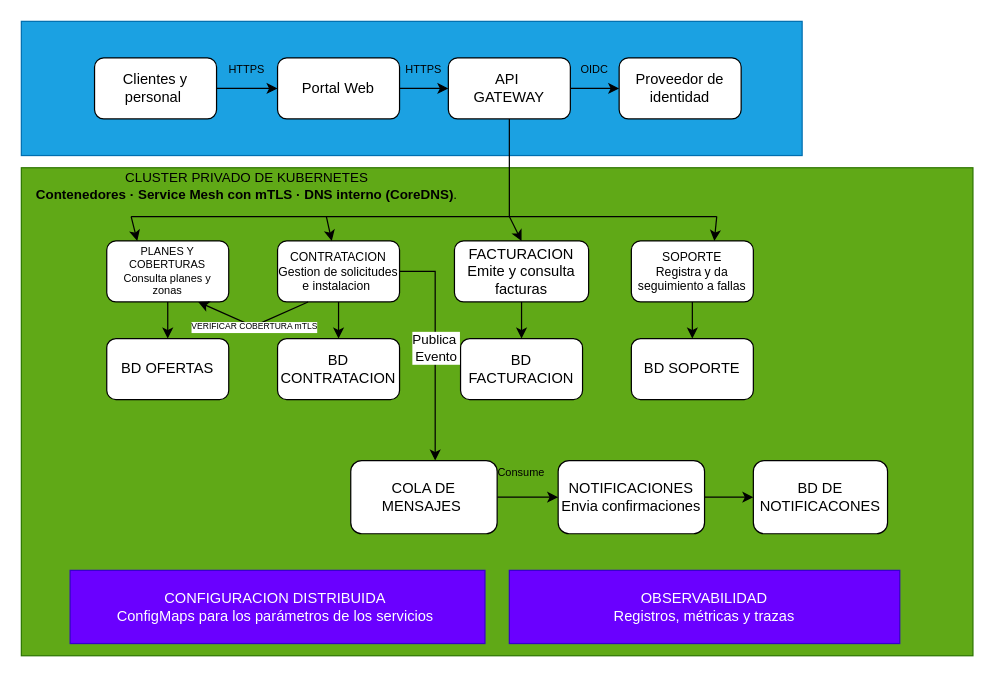
Nutellapc/drawio-2 keeps this draw.io diagram as DEBER1.drawio. Above is the earlier version. Source tidied: cells renumbered, new cells numbered last; positions are measured from the earlier drawing's top-left corner, leaving out a move shared by most shapes. Both pictures are drawn from the tidied source at 122%, with x=0, y=0 at pixel (21, 21).
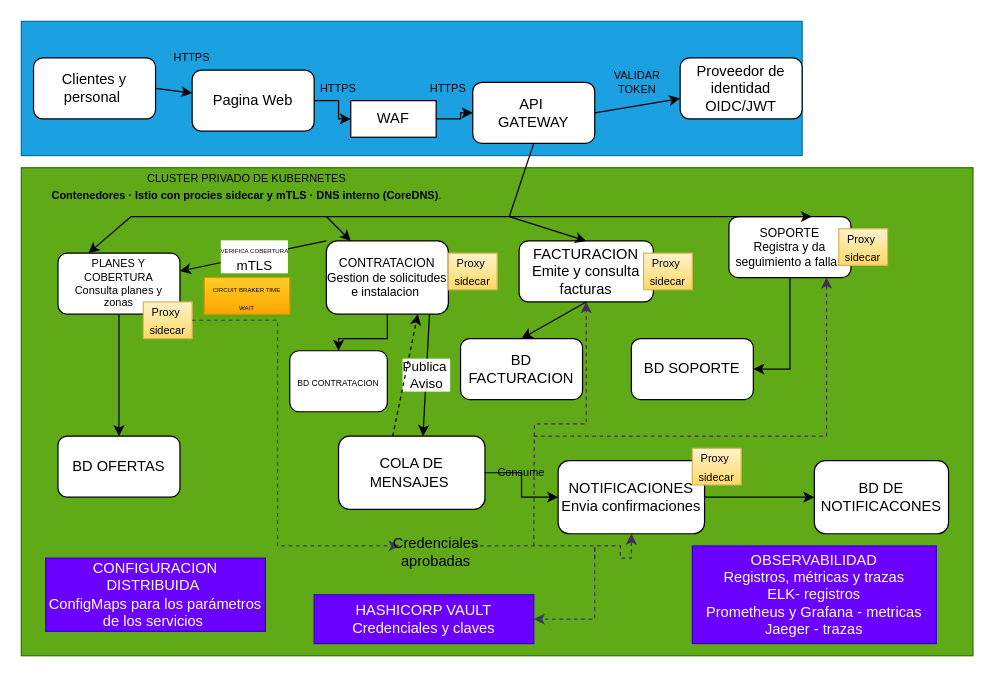
The same diagram, later.

Unchanged cells that the change refers to:
```xml
<mxCell id="30" value="BD SOPORTE" style="rounded=1;whiteSpace=wrap;html=1;roundedPerimeter=1;" parent="1" vertex="1">
  <mxGeometry x="500" y="260" width="100" height="50" as="geometry" />
</mxCell>
<mxCell id="35" value="NOTIFICACIONES&lt;div&gt;Envia confirmaciones&lt;/div&gt;" style="whiteSpace=wrap;html=1;rounded=1;roundedPerimeter=1;" parent="1" vertex="1">
  <mxGeometry x="440" y="360" width="120" height="60" as="geometry" />
</mxCell>
```

Diff of the diagram source:
```diff
@@
     <mxCell id="4" value="Clientes y personal&amp;nbsp;" style="rounded=1;whiteSpace=wrap;html=1;roundedPerimeter=1;" parent="1" vertex="1">
-      <mxGeometry x="60" y="30" width="100" height="50" as="geometry" />
+      <mxGeometry x="10" y="30" width="100" height="50" as="geometry" />
     </mxCell>
@@
+    <mxCell id="45" style="edgeStyle=orthogonalEdgeStyle;rounded=0;jettySize=auto;html=1;defaultLabelBackgroundColor=page;labelPadding=0 4;" parent="1" edge="1" source="6" target="59">
+      <mxGeometry relative="1" as="geometry" />
+    </mxCell>
-    <mxCell id="6" value="Portal Web" style="rounded=1;whiteSpace=wrap;html=1;roundedPerimeter=1;" parent="1" vertex="1">
-      <mxGeometry x="210" y="30" width="100" height="50" as="geometry" />
+    <mxCell id="6" value="Pagina Web" style="rounded=1;whiteSpace=wrap;html=1;roundedPerimeter=1;" parent="1" vertex="1">
+      <mxGeometry x="140" y="40" width="100" height="50" as="geometry" />
     </mxCell>
     <mxCell id="7" value="HTTPS" style="text;html=1;whiteSpace=wrap;strokeColor=none;fillColor=none;align=center;verticalAlign=middle;rounded=0;fontSize=9;" parent="1" vertex="1">
-      <mxGeometry x="165" y="30" width="40" height="20" as="geometry" />
+      <mxGeometry x="120" y="20" width="40" height="20" as="geometry" />
     </mxCell>
-    <mxCell id="8" style="endArrow=classic;html=1;rounded=0;defaultLabelBackgroundColor=page;labelPadding=0 4;exitX=1;exitY=0.5;exitDx=0;exitDy=0;" parent="1" edge="1" source="6" target="9">
-      <mxGeometry relative="1" as="geometry" />
-    </mxCell>
     <mxCell id="9" value="API&amp;nbsp;&lt;div&gt;GATEWAY&lt;/div&gt;" style="rounded=1;whiteSpace=wrap;html=1;roundedPerimeter=1;" parent="1" vertex="1">
-      <mxGeometry x="350" y="30" width="100" height="50" as="geometry" />
+      <mxGeometry x="370" y="50" width="100" height="50" as="geometry" />
     </mxCell>
     <mxCell id="10" value="HTTPS" style="text;html=1;whiteSpace=wrap;strokeColor=none;fillColor=none;align=center;verticalAlign=middle;rounded=0;fontSize=9;" parent="1" vertex="1">
-      <mxGeometry x="310" y="30" width="40" height="20" as="geometry" />
+      <mxGeometry x="240" y="45" width="40" height="20" as="geometry" />
     </mxCell>
@@
-    <mxCell id="12" value="Proveedor de identidad" style="rounded=1;whiteSpace=wrap;html=1;roundedPerimeter=1;" parent="1" vertex="1">
-      <mxGeometry x="490" y="30" width="100" height="50" as="geometry" />
+    <mxCell id="12" value="Proveedor de identidad&lt;div&gt;OIDC/JWT&lt;/div&gt;" style="rounded=1;whiteSpace=wrap;html=1;roundedPerimeter=1;" parent="1" vertex="1">
+      <mxGeometry x="540" y="30" width="100" height="50" as="geometry" />
     </mxCell>
-    <mxCell id="13" value="OIDC" style="text;html=1;whiteSpace=wrap;strokeColor=none;fillColor=none;align=center;verticalAlign=middle;rounded=0;fontSize=9;" parent="1" vertex="1">
-      <mxGeometry x="450" y="30" width="40" height="20" as="geometry" />
+    <mxCell id="13" value="VALIDAR TOKEN" style="text;html=1;whiteSpace=wrap;strokeColor=none;fillColor=none;align=center;verticalAlign=middle;rounded=0;fontSize=9;" parent="1" vertex="1">
+      <mxGeometry x="485" y="40" width="40" height="20" as="geometry" />
     </mxCell>
+    <mxCell id="46" style="edgeStyle=orthogonalEdgeStyle;rounded=0;jettySize=auto;html=1;defaultLabelBackgroundColor=page;labelPadding=0 4;fillColor=#76608a;strokeColor=#432D57;dashed=1;" parent="1" edge="1" target="14">
+      <mxGeometry relative="1" as="geometry">
+        <mxPoint x="420" y="430" as="sourcePoint" />
+      </mxGeometry>
+    </mxCell>
     <mxCell id="14" value="FACTURACION&lt;div&gt;Emite y consulta facturas&lt;/div&gt;" style="rounded=1;whiteSpace=wrap;html=1;roundedPerimeter=1;" parent="1" vertex="1">
-      <mxGeometry x="355" y="180" width="110" height="50" as="geometry" />
+      <mxGeometry x="408" y="180" width="110" height="50" as="geometry" />
     </mxCell>
@@
     <mxCell id="16" value="CONTRATACION&lt;div&gt;Gestion de solicitudes e instalacion&amp;nbsp;&lt;/div&gt;" style="rounded=1;whiteSpace=wrap;html=1;roundedPerimeter=1;fontSize=10;" parent="1" vertex="1">
-      <mxGeometry x="210" y="180" width="100" height="50" as="geometry" />
+      <mxGeometry x="250" y="180" width="100" height="60" as="geometry" />
     </mxCell>
@@
-    <mxCell id="18" value="PLANES Y COBERTURAS&lt;div&gt;Consulta planes y zonas&lt;/div&gt;" style="rounded=1;whiteSpace=wrap;html=1;roundedPerimeter=1;fontSize=9;" parent="1" vertex="1">
-      <mxGeometry x="70" y="180" width="100" height="50" as="geometry" />
+    <mxCell id="18" value="PLANES Y COBERTURA&lt;div&gt;Consulta planes y zonas&lt;/div&gt;" style="rounded=1;whiteSpace=wrap;html=1;roundedPerimeter=1;fontSize=9;" parent="1" vertex="1">
+      <mxGeometry x="30" y="190" width="100" height="50" as="geometry" />
     </mxCell>
-    <mxCell id="19" style="edgeStyle=orthogonalEdgeStyle;rounded=0;jettySize=auto;html=1;defaultLabelBackgroundColor=page;labelPadding=0 4;" parent="1" edge="1" source="20" target="30">
+    <mxCell id="19" style="edgeStyle=orthogonalEdgeStyle;rounded=0;jettySize=auto;html=1;defaultLabelBackgroundColor=page;labelPadding=0 4;entryX=1;entryY=0.5;entryDx=0;entryDy=0;" parent="1" edge="1" source="20" target="30">
       <mxGeometry relative="1" as="geometry" />
     </mxCell>
+    <mxCell id="47" style="edgeStyle=orthogonalEdgeStyle;rounded=0;jettySize=auto;html=1;defaultLabelBackgroundColor=page;labelPadding=0 4;fillColor=#76608a;strokeColor=#432D57;dashed=1;" parent="1" edge="1" target="20">
+      <mxGeometry relative="1" as="geometry">
+        <mxPoint x="420" y="340" as="sourcePoint" />
+        <Array as="points">
+          <mxPoint x="660" y="340" />
+        </Array>
+      </mxGeometry>
+    </mxCell>
     <mxCell id="20" value="SOPORTE&lt;div&gt;Registra y da seguimiento a fallas&lt;/div&gt;" style="rounded=1;whiteSpace=wrap;html=1;roundedPerimeter=1;fontSize=10;" parent="1" vertex="1">
-      <mxGeometry x="500" y="180" width="100" height="50" as="geometry" />
+      <mxGeometry x="580" y="160" width="100" height="50" as="geometry" />
     </mxCell>
@@
     <mxCell id="27" value="BD OFERTAS" style="rounded=1;whiteSpace=wrap;html=1;roundedPerimeter=1;" parent="1" vertex="1">
-      <mxGeometry x="70" y="260" width="100" height="50" as="geometry" />
+      <mxGeometry x="30" y="340" width="100" height="50" as="geometry" />
     </mxCell>
-    <mxCell id="28" value="BD CONTRATACION" style="rounded=1;whiteSpace=wrap;html=1;roundedPerimeter=1;" parent="1" vertex="1">
-      <mxGeometry x="210" y="260" width="100" height="50" as="geometry" />
+    <mxCell id="28" value="&lt;font style=&quot;font-size: 7px;&quot;&gt;BD CONTRATACION&lt;/font&gt;" style="rounded=1;whiteSpace=wrap;html=1;roundedPerimeter=1;" parent="1" vertex="1">
+      <mxGeometry x="220" y="270" width="80" height="50" as="geometry" />
     </mxCell>
@@
     <mxCell id="33" value="COLA DE MENSAJES&amp;nbsp;" style="rounded=1;whiteSpace=wrap;html=1;roundedPerimeter=1;" parent="1" vertex="1">
-      <mxGeometry x="270" y="360" width="120" height="60" as="geometry" />
+      <mxGeometry x="260" y="340" width="120" height="60" as="geometry" />
     </mxCell>
@@
+    <mxCell id="48" style="edgeStyle=orthogonalEdgeStyle;rounded=0;jettySize=auto;html=1;defaultLabelBackgroundColor=page;labelPadding=0 4;fillColor=#76608a;strokeColor=#432D57;dashed=1;" parent="1" edge="1" target="35">
+      <mxGeometry relative="1" as="geometry">
+        <mxPoint x="470" y="440" as="sourcePoint" />
+        <Array as="points">
+          <mxPoint x="470" y="430" />
+          <mxPoint x="491" y="430" />
+          <mxPoint x="491" y="440" />
+          <mxPoint x="500" y="440" />
+        </Array>
+      </mxGeometry>
+    </mxCell>
@@
     <mxCell id="36" value="BD DE NOTIFICACONES" style="whiteSpace=wrap;html=1;rounded=1;roundedPerimeter=1;" parent="1" vertex="1">
-      <mxGeometry x="600" y="360" width="110" height="60" as="geometry" />
+      <mxGeometry x="650" y="360" width="110" height="60" as="geometry" />
     </mxCell>
@@
-    <mxCell id="38" style="endArrow=classic;html=1;rounded=0;defaultLabelBackgroundColor=page;labelPadding=0 4;exitX=1;exitY=0.5;exitDx=0;exitDy=0;entryX=0.575;entryY=0.012;entryDx=0;entryDy=0;" parent="1" edge="1" source="16" target="33">
-      <mxGeometry relative="1" as="geometry">
-        <Array as="points">
-          <mxPoint x="339.2" y="205" />
-        </Array>
-      </mxGeometry>
+    <mxCell id="38" style="endArrow=classic;html=1;rounded=0;defaultLabelBackgroundColor=page;labelPadding=0 4;exitX=0.882;exitY=1.053;exitDx=0;exitDy=0;entryX=0.575;entryY=0.012;entryDx=0;entryDy=0;" parent="1" edge="1" source="16" target="33">
+      <mxGeometry relative="1" as="geometry" />
     </mxCell>
-    <mxCell id="39" value="Publica&amp;nbsp;&lt;div&gt;Evento&lt;/div&gt;" style="edgeLabel;html=1;inheritText=1;align=center;verticalAlign=middle;defaultLabelBackgroundColor=page;labelPadding=0 4;" parent="38" vertex="1">
+    <mxCell id="39" value="Publica&amp;nbsp;&lt;div&gt;Aviso&lt;/div&gt;" style="edgeLabel;html=1;inheritText=1;align=center;verticalAlign=middle;defaultLabelBackgroundColor=page;labelPadding=0 4;" parent="38" vertex="1">
       <mxGeometry relative="1" as="geometry" />
     </mxCell>
-    <mxCell id="40" value="CLUSTER PRIVADO DE KUBERNETES&lt;div&gt; &lt;strong&gt;Contenedores · Service Mesh con mTLS · DNS interno (CoreDNS)&lt;/strong&gt;.&lt;/div&gt;" style="text;html=1;whiteSpace=wrap;strokeColor=none;fillColor=none;align=center;verticalAlign=middle;rounded=0;fontSize=11;" parent="1" vertex="1">
+    <mxCell id="40" value="&lt;font style=&quot;font-size: 9px;&quot;&gt;CLUSTER PRIVADO DE KUBERNETES&lt;/font&gt;&lt;div&gt; &lt;font style=&quot;font-size: 9px;&quot;&gt;&lt;strong style=&quot;&quot;&gt;Contenedores · Istio con procies sidecar y mTLS · DNS interno (CoreDNS)&lt;/strong&gt;.&lt;/font&gt;&lt;/div&gt;" style="text;html=1;whiteSpace=wrap;strokeColor=none;fillColor=none;align=center;verticalAlign=middle;rounded=0;fontSize=11;" parent="1" vertex="1">
       <mxGeometry y="120" width="370" height="30" as="geometry" />
     </mxCell>
     <mxCell id="41" value="CONFIGURACION DISTRIBUIDA&amp;nbsp;&lt;div&gt;ConfigMaps para los parámetros de los servicios&amp;nbsp;&lt;/div&gt;" style="rounded=0;whiteSpace=wrap;html=1;fillColor=#6a00ff;fontColor=#ffffff;strokeColor=#3700CC;" parent="1" vertex="1">
-      <mxGeometry x="40" y="450" width="340" height="60" as="geometry" />
+      <mxGeometry x="20" y="440" width="180" height="60" as="geometry" />
     </mxCell>
-    <mxCell id="42" value="&lt;div&gt;&lt;span style=&quot;background-color: transparent; color: light-dark(rgb(255, 255, 255), rgb(18, 18, 18));&quot;&gt;OBSERVABILIDAD&lt;/span&gt;&lt;/div&gt;&lt;div&gt;&lt;span style=&quot;background-color: transparent; color: light-dark(rgb(255, 255, 255), rgb(18, 18, 18));&quot;&gt;Registros, métricas y trazas&lt;/span&gt;&lt;/div&gt;" style="rounded=0;whiteSpace=wrap;html=1;fillColor=#6a00ff;fontColor=#ffffff;strokeColor=#3700CC;" parent="1" vertex="1">
-      <mxGeometry x="400" y="450" width="320" height="60" as="geometry" />
+    <mxCell id="42" value="&lt;div&gt;&lt;span style=&quot;background-color: transparent; color: light-dark(rgb(255, 255, 255), rgb(18, 18, 18));&quot;&gt;OBSERVABILIDAD&lt;/span&gt;&lt;/div&gt;&lt;div&gt;&lt;span style=&quot;background-color: transparent; color: light-dark(rgb(255, 255, 255), rgb(18, 18, 18));&quot;&gt;Registros, métricas y trazas&lt;/span&gt;&lt;/div&gt;&lt;div&gt;&lt;span style=&quot;background-color: transparent; color: light-dark(rgb(255, 255, 255), rgb(18, 18, 18));&quot;&gt;ELK- registros&lt;/span&gt;&lt;/div&gt;&lt;div&gt;&lt;span style=&quot;background-color: transparent; color: light-dark(rgb(255, 255, 255), rgb(18, 18, 18));&quot;&gt;Prometheus y Grafana - metricas&lt;/span&gt;&lt;/div&gt;&lt;div&gt;&lt;span style=&quot;background-color: transparent; color: light-dark(rgb(255, 255, 255), rgb(18, 18, 18));&quot;&gt;Jaeger - trazas&lt;/span&gt;&lt;/div&gt;" style="rounded=0;whiteSpace=wrap;html=1;fillColor=#6a00ff;fontColor=#ffffff;strokeColor=#3700CC;" parent="1" vertex="1">
+      <mxGeometry x="550" y="430" width="200" height="80" as="geometry" />
     </mxCell>
+    <mxCell id="49" style="edgeStyle=orthogonalEdgeStyle;rounded=0;jettySize=auto;html=1;entryX=1;entryY=0.5;entryDx=0;entryDy=0;defaultLabelBackgroundColor=page;labelPadding=0 4;fillColor=#647687;strokeColor=#314354;dashed=1;" parent="1" edge="1" source="62" target="55">
+      <mxGeometry x="-0.4" relative="1" as="geometry">
+        <Array as="points">
+          <mxPoint x="470" y="430" />
+          <mxPoint x="470" y="490" />
+        </Array>
+      </mxGeometry>
+    </mxCell>
+    <mxCell id="50" value="&lt;font style=&quot;font-size: 9px;&quot;&gt;Proxy&amp;nbsp;&lt;/font&gt;&lt;div&gt;&lt;font style=&quot;font-size: 9px;&quot;&gt;sidecar&lt;/font&gt;&lt;/div&gt;" style="rounded=0;whiteSpace=wrap;html=1;fillColor=#fff2cc;strokeColor=#d6b656;gradientColor=#ffd966;" parent="1" vertex="1">
+      <mxGeometry x="100" y="230" width="40" height="30" as="geometry" />
+    </mxCell>
+    <mxCell id="51" value="&lt;font style=&quot;font-size: 9px;&quot;&gt;Proxy&amp;nbsp;&lt;/font&gt;&lt;div&gt;&lt;font style=&quot;font-size: 9px;&quot;&gt;sidecar&lt;/font&gt;&lt;/div&gt;" style="rounded=0;whiteSpace=wrap;html=1;fillColor=#fff2cc;strokeColor=#d6b656;gradientColor=#ffd966;" parent="1" vertex="1">
+      <mxGeometry x="350" y="190" width="40" height="30" as="geometry" />
+    </mxCell>
+    <mxCell id="52" value="&lt;font style=&quot;font-size: 9px;&quot;&gt;Proxy&amp;nbsp;&lt;/font&gt;&lt;div&gt;&lt;font style=&quot;font-size: 9px;&quot;&gt;sidecar&lt;/font&gt;&lt;/div&gt;" style="rounded=0;whiteSpace=wrap;html=1;fillColor=#fff2cc;strokeColor=#d6b656;gradientColor=#ffd966;" parent="1" vertex="1">
+      <mxGeometry x="510" y="190" width="40" height="30" as="geometry" />
+    </mxCell>
+    <mxCell id="53" value="&lt;font style=&quot;font-size: 9px;&quot;&gt;Proxy&amp;nbsp;&lt;/font&gt;&lt;div&gt;&lt;font style=&quot;font-size: 9px;&quot;&gt;sidecar&lt;/font&gt;&lt;/div&gt;" style="rounded=0;whiteSpace=wrap;html=1;fillColor=#fff2cc;strokeColor=#d6b656;gradientColor=#ffd966;" parent="1" vertex="1">
+      <mxGeometry x="670" y="170" width="40" height="30" as="geometry" />
+    </mxCell>
+    <mxCell id="54" value="&lt;font style=&quot;font-size: 9px;&quot;&gt;Proxy&amp;nbsp;&lt;/font&gt;&lt;div&gt;&lt;font style=&quot;font-size: 9px;&quot;&gt;sidecar&lt;/font&gt;&lt;/div&gt;" style="rounded=0;whiteSpace=wrap;html=1;fillColor=#fff2cc;strokeColor=#d6b656;gradientColor=#ffd966;" parent="1" vertex="1">
+      <mxGeometry x="550" y="350" width="40" height="30" as="geometry" />
+    </mxCell>
+    <mxCell id="55" value="HASHICORP VAULT&lt;div&gt;Credenciales y claves&lt;/div&gt;" style="rounded=0;whiteSpace=wrap;html=1;fillColor=#6a00ff;fontColor=#ffffff;strokeColor=#3700CC;" parent="1" vertex="1">
+      <mxGeometry x="240" y="470" width="180" height="40" as="geometry" />
+    </mxCell>
+    <mxCell id="56" value="&lt;font style=&quot;font-size: 5px;&quot;&gt;CIRCUIT BRAKER TIME WAIT&lt;/font&gt;" style="rounded=0;whiteSpace=wrap;html=1;fillColor=#ffcd28;gradientColor=#ffa500;strokeColor=#d79b00;" parent="1" vertex="1">
+      <mxGeometry x="150" y="210" width="70" height="30" as="geometry" />
+    </mxCell>
-    <mxCell id="43" style="endArrow=classic;html=1;rounded=0;defaultLabelBackgroundColor=page;labelPadding=0 4;exitX=0.25;exitY=1;exitDx=0;exitDy=0;entryX=0.75;entryY=1;entryDx=0;entryDy=0;" parent="1" edge="1" source="16" target="18">
-      <mxGeometry relative="1" as="geometry">
-        <Array as="points">
-          <mxPoint x="190" y="250" />
-        </Array>
-      </mxGeometry>
+    <mxCell id="43" style="endArrow=classic;html=1;rounded=0;defaultLabelBackgroundColor=page;labelPadding=0 4;exitX=0;exitY=0;exitDx=0;exitDy=0;" parent="1" edge="1" source="16" target="18">
+      <mxGeometry relative="1" as="geometry" />
     </mxCell>
-    <mxCell id="44" value="VERIFICAR COBERTURA mTLS" style="edgeLabel;html=1;inheritText=fontFamily,fontColor,fontStyle,textOpacity,labelBorderColor,labelBorderWidth,labelBackgroundColor,defaultLabelBackgroundColor,labelPadding;align=center;verticalAlign=middle;defaultLabelBackgroundColor=page;labelPadding=0 4;fontSize=7;" parent="43" vertex="1">
-      <mxGeometry relative="1" as="geometry" />
-    </mxCell>
+    <mxCell id="57" value="&lt;font style=&quot;font-size: 5px;&quot;&gt;VERIFICA COBERTURA&lt;/font&gt;&lt;div&gt;mTLS&lt;/div&gt;" style="edgeLabel;html=1;inheritText=1;align=center;verticalAlign=middle;defaultLabelBackgroundColor=page;labelPadding=0 4;" parent="43" vertex="1">
+      <mxGeometry relative="1" as="geometry" />
+    </mxCell>
+    <mxCell id="58" style="edgeStyle=orthogonalEdgeStyle;rounded=0;jettySize=auto;html=1;defaultLabelBackgroundColor=page;labelPadding=0 4;" parent="1" edge="1" source="59" target="9">
+      <mxGeometry relative="1" as="geometry" />
+    </mxCell>
+    <mxCell id="59" value="WAF" style="rounded=0;whiteSpace=wrap;html=1;" parent="1" vertex="1">
+      <mxGeometry x="270" y="65" width="70" height="30" as="geometry" />
+    </mxCell>
+    <mxCell id="60" value="HTTPS" style="text;html=1;whiteSpace=wrap;strokeColor=none;fillColor=none;align=center;verticalAlign=middle;rounded=0;fontSize=9;" parent="1" vertex="1">
+      <mxGeometry x="330" y="45" width="40" height="20" as="geometry" />
+    </mxCell>
+    <mxCell id="61" style="edgeStyle=orthogonalEdgeStyle;rounded=0;jettySize=auto;html=1;defaultLabelBackgroundColor=page;labelPadding=0 4;fillColor=#647687;strokeColor=#314354;dashed=1;" parent="1" edge="1" source="50" target="62">
+      <mxGeometry x="-0.4" relative="1" as="geometry">
+        <Array as="points">
+          <mxPoint x="210" y="245" />
+          <mxPoint x="210" y="430" />
+        </Array>
+      </mxGeometry>
+    </mxCell>
+    <mxCell id="62" value="Credenciales aprobadas" style="text;html=1;whiteSpace=wrap;strokeColor=none;fillColor=none;align=center;verticalAlign=middle;rounded=0;" parent="1" vertex="1">
+      <mxGeometry x="310" y="420" width="60" height="30" as="geometry" />
+    </mxCell>
+    <mxCell id="63" style="endArrow=classic;html=1;rounded=0;defaultLabelBackgroundColor=page;labelPadding=0 4;exitX=0.382;exitY=0.047;exitDx=0;exitDy=0;entryX=0.75;entryY=1;entryDx=0;entryDy=0;dashed=1;" parent="1" edge="1" source="33" target="16">
+      <mxGeometry relative="1" as="geometry" />
+    </mxCell>
```
